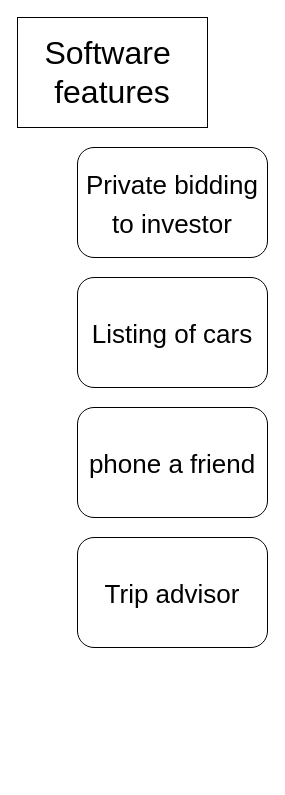
This is carro.drawio from kaiyes/CodingPlans, a draw.io file, before an edit. Source tidied: cells renumbered, new cells numbered last; positions are measured from the earlier drawing's top-left corner, leaving out a move shared by most shapes. Both pictures are drawn from the tidied source at 100%, with x=0, y=0 at pixel (17, 17).
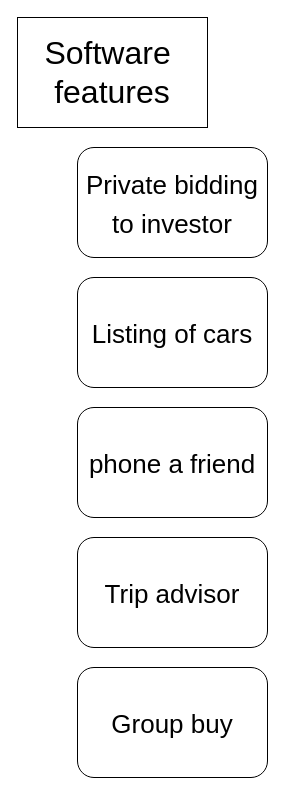
After the change.

Diff of the diagram source:
```diff
@@
 <mxGraphModel>
   <root>
     <mxCell id="0" />
     <mxCell id="1" parent="0" />
     <mxCell id="2" value="&lt;span style=&quot;font-size: 32px&quot;&gt;Software&amp;nbsp;&lt;br&gt;features&lt;br&gt;&lt;/span&gt;" style="rounded=0;whiteSpace=wrap;html=1;" parent="1" vertex="1">
       <mxGeometry width="190" height="110" as="geometry" />
     </mxCell>
     <mxCell id="3" value="&lt;span style=&quot;font-size: 26px&quot;&gt;Private bidding to investor&lt;/span&gt;" style="rounded=1;whiteSpace=wrap;html=1;fontSize=32;" parent="1" vertex="1">
       <mxGeometry x="60" y="130" width="190" height="110" as="geometry" />
     </mxCell>
     <mxCell id="4" value="&lt;span style=&quot;font-size: 26px&quot;&gt;Listing of cars&lt;/span&gt;" style="rounded=1;whiteSpace=wrap;html=1;fontSize=32;" parent="1" vertex="1">
       <mxGeometry x="60" y="260" width="190" height="110" as="geometry" />
     </mxCell>
     <mxCell id="5" value="&lt;span style=&quot;font-size: 26px&quot;&gt;phone a friend&lt;/span&gt;" style="rounded=1;whiteSpace=wrap;html=1;fontSize=32;" parent="1" vertex="1">
       <mxGeometry x="60" y="390" width="190" height="110" as="geometry" />
     </mxCell>
     <mxCell id="6" value="&lt;span style=&quot;font-size: 26px&quot;&gt;Trip advisor&lt;/span&gt;" style="rounded=1;whiteSpace=wrap;html=1;fontSize=32;" parent="1" vertex="1">
       <mxGeometry x="60" y="520" width="190" height="110" as="geometry" />
     </mxCell>
+    <mxCell id="7" value="&lt;span style=&quot;font-size: 26px&quot;&gt;Group buy&lt;/span&gt;" style="rounded=1;whiteSpace=wrap;html=1;fontSize=32;" parent="1" vertex="1">
+      <mxGeometry x="60" y="650" width="190" height="110" as="geometry" />
+    </mxCell>
   </root>
 </mxGraphModel>
```
